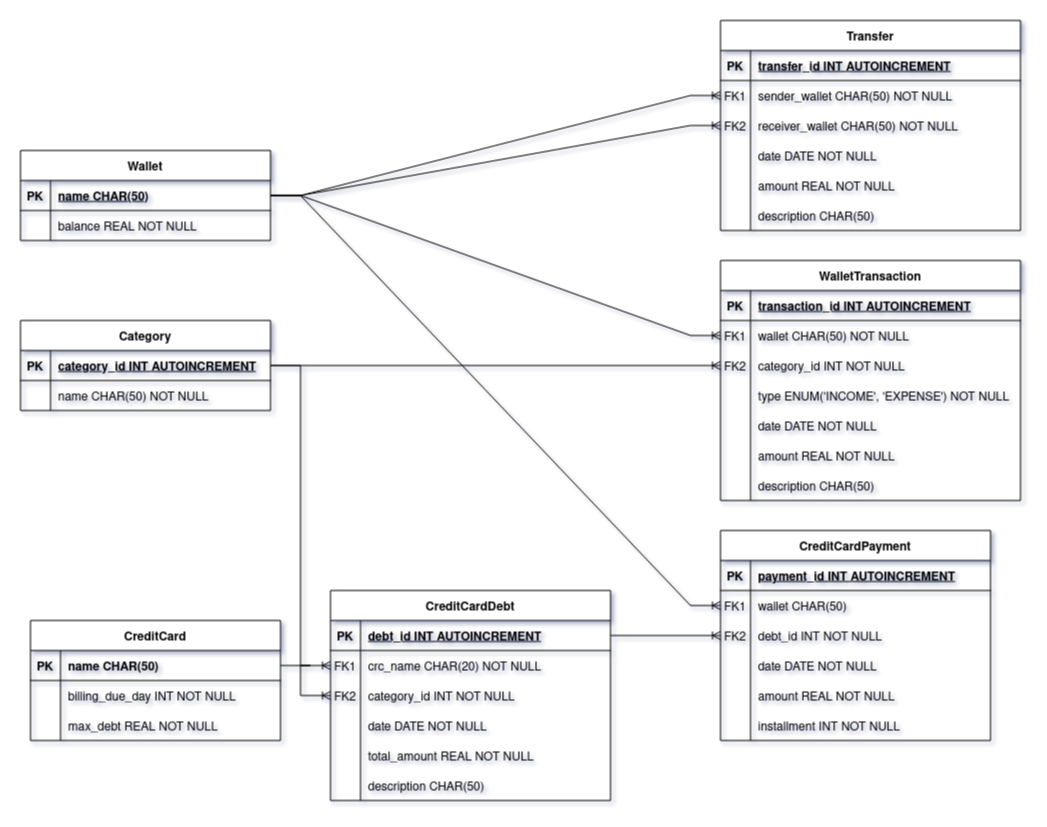
luk3rr/MY_MONEY keeps this draw.io diagram as docs/db_ER_model.png. Above is the earlier version. Source tidied: cells renumbered, new cells last; positions are measured from the earlier drawing's top-left corner, leaving out a move shared by most shapes.
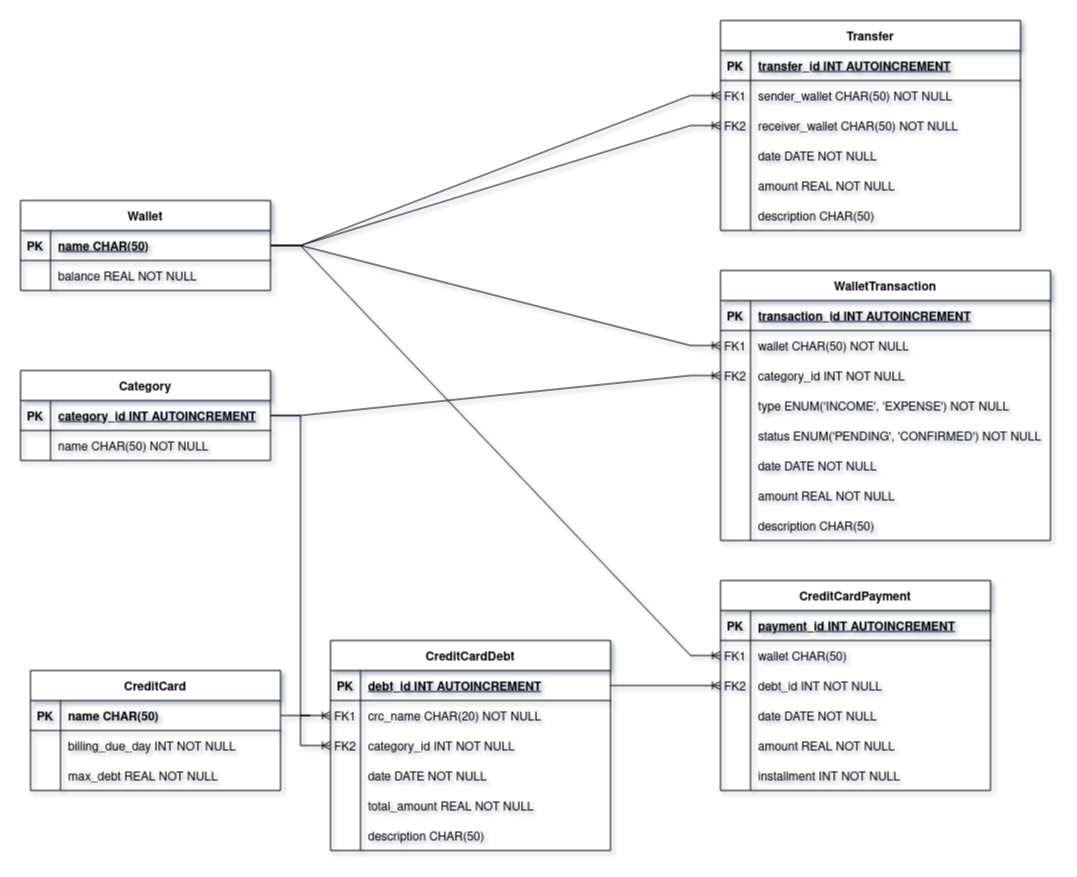
After the commit.

Commit message:
refs us 0003 + Adicionar campo status para permitir registrar transações ainda não   efetivadas

What changed in the source:
```diff
@@ -3,70 +3,79 @@
     <mxCell id="0" />
     <mxCell id="1" parent="0" />
     <mxCell id="2" value="WalletTransaction" style="shape=table;startSize=30;rowLines=0;fontStyle=1;align=center;" parent="1" vertex="1">
-      <mxGeometry x="700" y="240" width="300" height="240" as="geometry" />
+      <mxGeometry x="700" y="200" width="330" height="270" as="geometry" />
     </mxCell>
     <mxCell id="3" style="shape=partialRectangle;fillColor=none;top=0;left=0;right=0;bottom=1;" parent="2" vertex="1">
-      <mxGeometry y="30" width="300" height="30" as="geometry" />
+      <mxGeometry y="30" width="330" height="30" as="geometry" />
     </mxCell>
     <mxCell id="4" value="PK" style="shape=partialRectangle;overflow=hidden;fillColor=none;top=0;left=0;bottom=0;right=0;fontStyle=1;" parent="3" vertex="1">
       <mxGeometry width="30" height="30" as="geometry" />
     </mxCell>
     <mxCell id="5" value="transaction_id INT AUTOINCREMENT " style="shape=partialRectangle;overflow=hidden;fillColor=none;top=0;left=0;bottom=0;right=0;align=left;spacingLeft=6;fontStyle=5;" parent="3" vertex="1">
-      <mxGeometry x="30" width="270" height="30" as="geometry" />
+      <mxGeometry x="30" width="300" height="30" as="geometry" />
     </mxCell>
     <mxCell id="6" style="shape=partialRectangle;fillColor=none;points=[[0,0.5],[1,0.5]];portConstraint=eastwest;top=0;left=0;right=0;bottom=0;" parent="2" vertex="1">
-      <mxGeometry y="60" width="300" height="30" as="geometry" />
+      <mxGeometry y="60" width="330" height="30" as="geometry" />
     </mxCell>
     <mxCell id="7" value="FK1" style="shape=partialRectangle;overflow=hidden;fillColor=none;top=0;left=0;bottom=0;right=0;" parent="6" vertex="1">
       <mxGeometry width="30" height="30" as="geometry" />
     </mxCell>
     <mxCell id="8" value="wallet CHAR(50) NOT NULL" style="shape=partialRectangle;overflow=hidden;fillColor=none;top=0;left=0;bottom=0;right=0;align=left;spacingLeft=6;" parent="6" vertex="1">
-      <mxGeometry x="30" width="270" height="30" as="geometry" />
+      <mxGeometry x="30" width="300" height="30" as="geometry" />
     </mxCell>
     <mxCell id="9" style="shape=partialRectangle;fillColor=none;points=[[0,0.5],[1,0.5]];portConstraint=eastwest;top=0;left=0;right=0;bottom=0;" parent="2" vertex="1">
-      <mxGeometry y="90" width="300" height="30" as="geometry" />
+      <mxGeometry y="90" width="330" height="30" as="geometry" />
     </mxCell>
     <mxCell id="10" value="FK2" style="shape=partialRectangle;overflow=hidden;fillColor=none;top=0;left=0;bottom=0;right=0;" parent="9" vertex="1">
       <mxGeometry width="30" height="30" as="geometry" />
     </mxCell>
     <mxCell id="11" value="category_id INT NOT NULL" style="shape=partialRectangle;overflow=hidden;fillColor=none;top=0;left=0;bottom=0;right=0;align=left;spacingLeft=6;" parent="9" vertex="1">
-      <mxGeometry x="30" width="270" height="30" as="geometry" />
+      <mxGeometry x="30" width="300" height="30" as="geometry" />
     </mxCell>
     <mxCell id="12" style="shape=partialRectangle;fillColor=none;top=0;left=0;right=0;bottom=0;" parent="2" vertex="1">
-      <mxGeometry y="120" width="300" height="30" as="geometry" />
+      <mxGeometry y="120" width="330" height="30" as="geometry" />
     </mxCell>
     <mxCell id="13" style="shape=partialRectangle;overflow=hidden;fillColor=none;top=0;left=0;bottom=0;right=0;" parent="12" vertex="1">
       <mxGeometry width="30" height="30" as="geometry" />
     </mxCell>
     <mxCell id="14" value="type ENUM('INCOME', 'EXPENSE') NOT NULL" style="shape=partialRectangle;overflow=hidden;fillColor=none;top=0;left=0;bottom=0;right=0;align=left;spacingLeft=6;" parent="12" vertex="1">
-      <mxGeometry x="30" width="270" height="30" as="geometry" />
+      <mxGeometry x="30" width="300" height="30" as="geometry" />
     </mxCell>
+    <mxCell id="121" style="shape=partialRectangle;fillColor=none;top=0;left=0;right=0;bottom=0;" parent="2" vertex="1">
+      <mxGeometry y="150" width="330" height="30" as="geometry" />
+    </mxCell>
+    <mxCell id="122" style="shape=partialRectangle;overflow=hidden;fillColor=none;top=0;left=0;bottom=0;right=0;" parent="121" vertex="1">
+      <mxGeometry width="30" height="30" as="geometry" />
+    </mxCell>
+    <mxCell id="123" value="status ENUM('PENDING', 'CONFIRMED') NOT NULL" style="shape=partialRectangle;overflow=hidden;fillColor=none;top=0;left=0;bottom=0;right=0;align=left;spacingLeft=6;" parent="121" vertex="1">
+      <mxGeometry x="30" width="300" height="30" as="geometry" />
+    </mxCell>
     <mxCell id="15" style="shape=partialRectangle;fillColor=none;top=0;left=0;right=0;bottom=0;" parent="2" vertex="1">
-      <mxGeometry y="150" width="300" height="30" as="geometry" />
+      <mxGeometry y="180" width="330" height="30" as="geometry" />
     </mxCell>
     <mxCell id="16" style="shape=partialRectangle;overflow=hidden;fillColor=none;top=0;left=0;bottom=0;right=0;" parent="15" vertex="1">
       <mxGeometry width="30" height="30" as="geometry" />
     </mxCell>
     <mxCell id="17" value="date DATE NOT NULL" style="shape=partialRectangle;overflow=hidden;fillColor=none;top=0;left=0;bottom=0;right=0;align=left;spacingLeft=6;" parent="15" vertex="1">
-      <mxGeometry x="30" width="270" height="30" as="geometry" />
+      <mxGeometry x="30" width="300" height="30" as="geometry" />
     </mxCell>
     <mxCell id="18" style="shape=partialRectangle;fillColor=none;top=0;left=0;right=0;bottom=0;" parent="2" vertex="1">
-      <mxGeometry y="180" width="300" height="30" as="geometry" />
+      <mxGeometry y="210" width="330" height="30" as="geometry" />
     </mxCell>
     <mxCell id="19" value="            " style="shape=partialRectangle;overflow=hidden;fillColor=none;top=0;left=0;bottom=0;right=0;" parent="18" vertex="1">
       <mxGeometry width="30" height="30" as="geometry" />
     </mxCell>
     <mxCell id="20" value="amount REAL NOT NULL" style="shape=partialRectangle;overflow=hidden;fillColor=none;top=0;left=0;bottom=0;right=0;align=left;spacingLeft=6;" parent="18" vertex="1">
-      <mxGeometry x="30" width="270" height="30" as="geometry" />
+      <mxGeometry x="30" width="300" height="30" as="geometry" />
     </mxCell>
     <mxCell id="21" style="shape=partialRectangle;fillColor=none;top=0;left=0;right=0;bottom=0;" parent="2" vertex="1">
-      <mxGeometry y="210" width="300" height="30" as="geometry" />
+      <mxGeometry y="240" width="330" height="30" as="geometry" />
     </mxCell>
     <mxCell id="22" value="            " style="shape=partialRectangle;overflow=hidden;fillColor=none;top=0;left=0;bottom=0;right=0;" parent="21" vertex="1">
       <mxGeometry width="30" height="30" as="geometry" />
     </mxCell>
     <mxCell id="23" value="description CHAR(50)" style="shape=partialRectangle;overflow=hidden;fillColor=none;top=0;left=0;bottom=0;right=0;align=left;spacingLeft=6;" parent="21" vertex="1">
-      <mxGeometry x="30" width="270" height="30" as="geometry" />
+      <mxGeometry x="30" width="300" height="30" as="geometry" />
     </mxCell>
     <mxCell id="24" value="CreditCard" style="shape=table;startSize=30;rowLines=0;fontStyle=1;align=center;" parent="1" vertex="1">
       <mxGeometry x="10" y="600" width="250" height="120" as="geometry" />
@@ -261,7 +270,7 @@
       <mxGeometry x="30" width="240" height="30" as="geometry" />
     </mxCell>
     <mxCell id="88" value="Transfer" style="shape=table;startSize=30;rowLines=0;fontStyle=1;align=center;" parent="1" vertex="1">
-      <mxGeometry x="700" width="300" height="210" as="geometry" />
+      <mxGeometry x="700" y="-50" width="300" height="210" as="geometry" />
     </mxCell>
     <mxCell id="89" style="shape=partialRectangle;fillColor=none;top=0;left=0;right=0;bottom=1;" parent="88" vertex="1">
       <mxGeometry y="30" width="300" height="30" as="geometry" />
```
